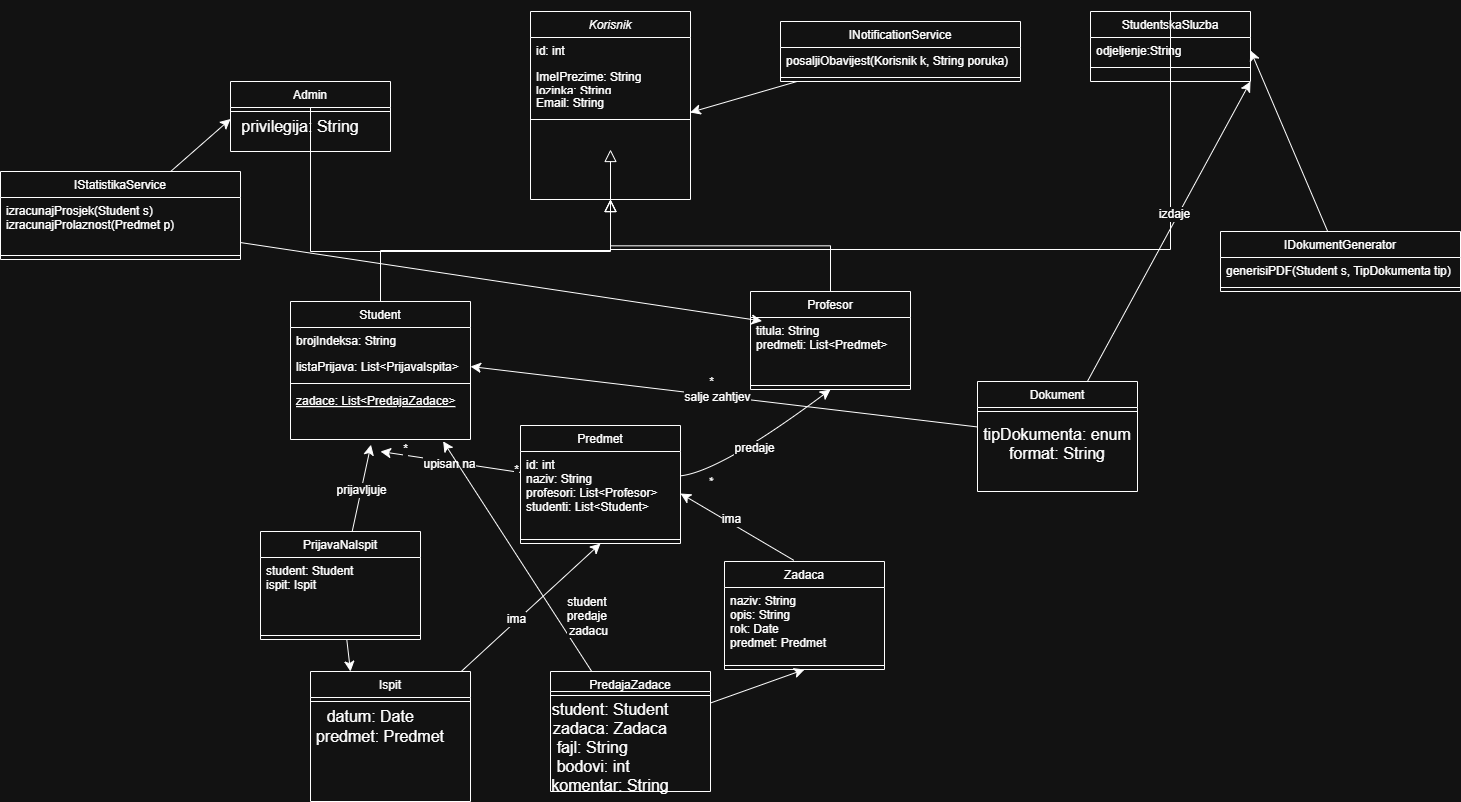
This is dijagramKlasa.png from ooad-2025-26/Grupa7-Tim4, a draw.io export, as it was before one commit. Source tidied: cells renumbered, new cells last; positions are measured from the earlier drawing's top-left corner, leaving out a move shared by most shapes.
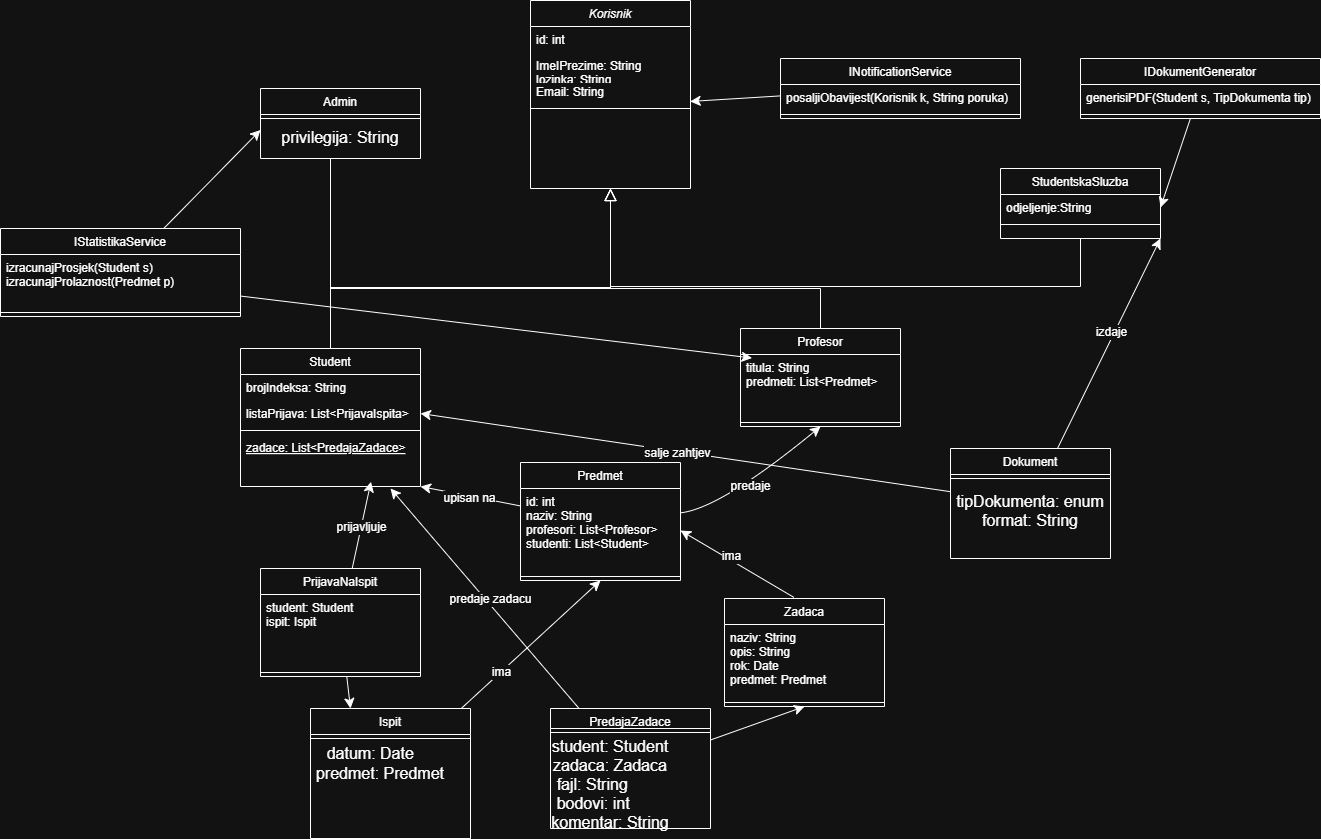
The same diagram one commit later.

Commit message:
popravljeno lose formatiranje dijagrama

The edit, as a diff of the source:
```diff
@@ -3,7 +3,7 @@
     <mxCell id="0" />
     <mxCell id="1" parent="0" />
     <mxCell id="2" value="Korisnik" style="swimlane;fontStyle=2;align=center;verticalAlign=top;horizontal=1;startSize=26;rounded=0;shadow=0;strokeWidth=1;" parent="1" vertex="1">
-      <mxGeometry x="530" width="160" height="188" as="geometry" />
+      <mxGeometry x="530" y="-48" width="160" height="188" as="geometry" />
     </mxCell>
     <mxCell id="3" value="id: int" style="text;align=left;verticalAlign=top;spacingLeft=4;spacingRight=4;overflow=hidden;" parent="2" vertex="1">
       <mxGeometry y="26" width="160" height="26" as="geometry" />
@@ -18,7 +18,7 @@
       <mxGeometry y="104" width="160" height="8" as="geometry" />
     </mxCell>
     <mxCell id="7" value="Student" style="swimlane;fontStyle=0;align=center;verticalAlign=top;horizontal=1;startSize=26;rounded=0;shadow=0;strokeWidth=1;" parent="1" vertex="1">
-      <mxGeometry x="290" y="290" width="180" height="138" as="geometry" />
+      <mxGeometry x="240" y="300" width="180" height="138" as="geometry" />
     </mxCell>
     <mxCell id="8" value="brojIndeksa: String" style="text;align=left;verticalAlign=top;spacingLeft=4;spacingRight=4;overflow=hidden;" parent="7" vertex="1">
       <mxGeometry y="26" width="180" height="26" as="geometry" />
@@ -40,7 +40,7 @@
       </mxGeometry>
     </mxCell>
     <mxCell id="13" value="Profesor" style="swimlane;fontStyle=0;align=center;verticalAlign=top;horizontal=1;startSize=26;rounded=0;shadow=0;strokeWidth=1;" parent="1" vertex="1">
-      <mxGeometry x="750" y="280" width="160" height="98" as="geometry" />
+      <mxGeometry x="740" y="280" width="160" height="98" as="geometry" />
     </mxCell>
     <mxCell id="14" value="titula: String&#10;predmeti: List&lt;Predmet&gt;" style="text;align=left;verticalAlign=top;spacingLeft=4;spacingRight=4;overflow=hidden;points=[[0,0.5],[1,0.5]];portConstraint=eastwest;" parent="13" vertex="1">
       <mxGeometry y="26" width="160" height="64" as="geometry" />
@@ -48,11 +48,16 @@
     <mxCell id="15" style="line;html=1;strokeWidth=1;align=left;verticalAlign=middle;spacingTop=-1;spacingLeft=3;spacingRight=3;labelPosition=right;" parent="13" vertex="1">
       <mxGeometry y="90" width="160" height="8" as="geometry" />
     </mxCell>
-    <mxCell id="16" style="endArrow=block;endSize=10;endFill=0;shadow=0;strokeWidth=1;rounded=0;curved=0;edgeStyle=elbowEdgeStyle;elbow=vertical;" parent="1" edge="1" source="13" target="2">
-      <mxGeometry relative="1" as="geometry" />
+    <mxCell id="16" style="endArrow=block;endSize=10;endFill=0;shadow=0;strokeWidth=1;rounded=0;curved=0;edgeStyle=elbowEdgeStyle;elbow=vertical;" parent="1" edge="1" source="13">
+      <mxGeometry relative="1" as="geometry">
+        <mxPoint x="610" y="140" as="targetPoint" />
+        <Array as="points">
+          <mxPoint x="730" y="240" />
+        </Array>
+      </mxGeometry>
     </mxCell>
     <mxCell id="17" value="StudentskaSluzba" style="swimlane;fontStyle=0;align=center;verticalAlign=top;horizontal=1;startSize=26;rounded=0;shadow=0;strokeWidth=1;" parent="1" vertex="1">
-      <mxGeometry x="1090" width="160" height="70" as="geometry" />
+      <mxGeometry x="1000" y="120" width="160" height="70" as="geometry" />
     </mxCell>
     <mxCell id="18" value="odjeljenje:String" style="text;align=left;verticalAlign=top;spacingLeft=4;spacingRight=4;overflow=hidden;points=[[0,0.5],[1,0.5]];portConstraint=eastwest;" parent="17" vertex="1">
       <mxGeometry y="26" width="160" height="26" as="geometry" />
@@ -60,28 +65,34 @@
     <mxCell id="19" style="line;html=1;strokeWidth=1;align=left;verticalAlign=middle;spacingTop=-1;spacingLeft=3;spacingRight=3;labelPosition=right;" parent="17" vertex="1">
       <mxGeometry y="52" width="160" height="8" as="geometry" />
     </mxCell>
-    <mxCell id="20" style="endArrow=block;endSize=10;endFill=0;shadow=0;strokeWidth=1;rounded=0;curved=0;edgeStyle=elbowEdgeStyle;elbow=vertical;exitX=0.5;exitY=0;exitDx=0;exitDy=0;" parent="1" edge="1" source="17">
+    <mxCell id="20" style="endArrow=block;endSize=10;endFill=0;shadow=0;strokeWidth=1;rounded=0;curved=0;edgeStyle=elbowEdgeStyle;elbow=vertical;" parent="1" edge="1">
       <mxGeometry relative="1" as="geometry">
-        <mxPoint x="610" y="188" as="targetPoint" />
+        <mxPoint x="1080" y="190" as="sourcePoint" />
+        <mxPoint x="610" y="140" as="targetPoint" />
         <Array as="points">
           <mxPoint x="820" y="238" />
         </Array>
       </mxGeometry>
     </mxCell>
-    <mxCell id="21" style="endArrow=block;endSize=10;endFill=0;shadow=0;strokeWidth=1;rounded=0;curved=0;edgeStyle=elbowEdgeStyle;elbow=vertical;exitX=0.5;exitY=0;exitDx=0;exitDy=0;" parent="1" edge="1" source="22">
+    <mxCell id="21" style="endArrow=block;endSize=10;endFill=0;shadow=0;strokeWidth=1;rounded=0;curved=0;edgeStyle=elbowEdgeStyle;elbow=vertical;" parent="1" edge="1">
       <mxGeometry relative="1" as="geometry">
-        <mxPoint x="610" y="138" as="targetPoint" />
+        <mxPoint x="330" y="110" as="sourcePoint" />
+        <mxPoint x="610" y="140" as="targetPoint" />
         <Array as="points">
-          <mxPoint x="490" y="240" />
+          <mxPoint x="470" y="240" />
+          <mxPoint x="490" y="280" />
         </Array>
       </mxGeometry>
     </mxCell>
     <mxCell id="22" value="Admin" style="swimlane;fontStyle=0;align=center;verticalAlign=top;horizontal=1;startSize=26;rounded=0;shadow=0;strokeWidth=1;" parent="1" vertex="1">
-      <mxGeometry x="230" y="70" width="160" height="70" as="geometry" />
+      <mxGeometry x="260" y="40" width="160" height="70" as="geometry" />
     </mxCell>
     <mxCell id="23" style="line;html=1;strokeWidth=1;align=left;verticalAlign=middle;spacingTop=-1;spacingLeft=3;spacingRight=3;labelPosition=right;" parent="22" vertex="1">
       <mxGeometry y="26" width="160" height="8" as="geometry" />
     </mxCell>
+    <mxCell id="64" value="privilegija: String" style="text;html=1;whiteSpace=wrap;strokeColor=none;fillColor=none;align=center;verticalAlign=middle;rounded=0;fontSize=16;" parent="22" vertex="1">
+      <mxGeometry y="34" width="160" height="30" as="geometry" />
+    </mxCell>
     <mxCell id="24" style="edgeStyle=none;curved=1;rounded=0;jettySize=auto;html=1;entryX=0.5;entryY=1;entryDx=0;entryDy=0;fontSize=12;startSize=8;endSize=8;" parent="1" edge="1" source="26" target="13">
       <mxGeometry relative="1" as="geometry">
         <Array as="points">
@@ -101,36 +112,18 @@
     <mxCell id="28" style="line;html=1;strokeWidth=1;align=left;verticalAlign=middle;spacingTop=-1;spacingLeft=3;spacingRight=3;labelPosition=right;" parent="26" vertex="1">
       <mxGeometry y="110" width="160" height="8" as="geometry" />
     </mxCell>
-    <mxCell id="29" style="edgeStyle=none;curved=1;rounded=0;jettySize=auto;html=1;entryX=0.5;entryY=1.462;entryDx=0;entryDy=0;entryPerimeter=0;fontSize=12;startSize=8;endSize=8;" parent="1" edge="1" source="26">
-      <mxGeometry relative="1" as="geometry">
-        <mxPoint x="380" y="440" as="targetPoint" />
-      </mxGeometry>
+    <mxCell id="29" style="edgeStyle=none;curved=1;rounded=0;jettySize=auto;html=1;entryX=1;entryY=1;entryDx=0;entryDy=0;fontSize=12;startSize=8;endSize=8;" parent="1" edge="1" source="26" target="7">
+      <mxGeometry relative="1" as="geometry" />
     </mxCell>
     <mxCell id="30" value="upisan na" style="edgeLabel;html=1;align=center;verticalAlign=middle;fontSize=12;" parent="29" vertex="1">
       <mxGeometry x="0.02" y="2" relative="1" as="geometry" />
     </mxCell>
-    <mxCell id="31" value="*" style="edgeLabel;html=1;align=center;verticalAlign=middle;fontSize=12;" parent="29" vertex="1">
-      <mxGeometry x="0.76" relative="1" as="geometry">
-        <mxPoint x="7" y="-5" as="offset" />
-      </mxGeometry>
-    </mxCell>
-    <mxCell id="32" value="*" style="edgeLabel;html=1;align=center;verticalAlign=middle;fontSize=12;" parent="29" vertex="1">
-      <mxGeometry x="-0.71" relative="1" as="geometry">
-        <mxPoint x="15" as="offset" />
-      </mxGeometry>
-    </mxCell>
-    <mxCell id="33" value="*" style="edgeLabel;html=1;align=center;verticalAlign=middle;fontSize=12;" parent="1" vertex="1">
-      <mxGeometry x="710" y="370" as="geometry" />
-    </mxCell>
-    <mxCell id="34" value="*" style="edgeLabel;html=1;align=center;verticalAlign=middle;fontSize=12;rotation=15;" parent="1" vertex="1">
-      <mxGeometry x="710" y="470" as="geometry" />
-    </mxCell>
     <mxCell id="35" style="edgeStyle=none;curved=1;rounded=0;jettySize=auto;html=1;entryX=0.5;entryY=1;entryDx=0;entryDy=0;fontSize=12;startSize=8;endSize=8;" parent="1" edge="1" source="37" target="26">
       <mxGeometry relative="1" as="geometry" />
     </mxCell>
     <mxCell id="36" value="ima" style="edgeLabel;html=1;align=center;verticalAlign=middle;fontSize=12;" parent="35" vertex="1">
       <mxGeometry x="-0.21" y="1" relative="1" as="geometry">
-        <mxPoint y="-1" as="offset" />
+        <mxPoint x="-15" y="15" as="offset" />
       </mxGeometry>
     </mxCell>
     <mxCell id="37" value="Ispit" style="swimlane;fontStyle=0;align=center;verticalAlign=top;horizontal=1;startSize=26;rounded=0;shadow=0;strokeWidth=1;" parent="1" vertex="1">
@@ -191,14 +184,14 @@
     <mxCell id="54" style="line;html=1;strokeWidth=1;align=left;verticalAlign=middle;spacingTop=-1;spacingLeft=3;spacingRight=3;labelPosition=right;" parent="53" vertex="1">
       <mxGeometry y="20" width="160" height="8" as="geometry" />
     </mxCell>
-    <mxCell id="55" style="edgeStyle=none;curved=1;rounded=0;jettySize=auto;html=1;entryX=0.848;entryY=1.07;entryDx=0;entryDy=0;entryPerimeter=0;fontSize=12;startSize=8;endSize=8;" parent="1" edge="1" source="53">
+    <mxCell id="55" style="edgeStyle=none;curved=1;rounded=0;jettySize=auto;html=1;fontSize=12;startSize=8;endSize=8;" parent="1" edge="1" source="53">
       <mxGeometry relative="1" as="geometry">
-        <mxPoint x="442.6" y="429.8" as="targetPoint" />
+        <mxPoint x="390" y="440" as="targetPoint" />
       </mxGeometry>
     </mxCell>
-    <mxCell id="56" value="student&amp;nbsp;&lt;div&gt;predaje&amp;nbsp;&lt;/div&gt;&lt;div&gt;zadacu&lt;/div&gt;" style="edgeLabel;html=1;align=center;verticalAlign=middle;fontSize=12;" parent="55" vertex="1">
+    <mxCell id="56" value="predaje zadacu" style="edgeLabel;html=1;align=center;verticalAlign=middle;fontSize=12;" parent="55" vertex="1">
       <mxGeometry x="0.39" relative="1" as="geometry">
-        <mxPoint x="99" y="105" as="offset" />
+        <mxPoint x="42" y="43" as="offset" />
       </mxGeometry>
     </mxCell>
     <mxCell id="57" style="edgeStyle=none;curved=1;rounded=0;jettySize=auto;html=1;entryX=1;entryY=1;entryDx=0;entryDy=0;fontSize=12;startSize=8;endSize=8;" parent="1" edge="1" source="61" target="17">
@@ -216,7 +209,7 @@
       <mxGeometry x="0.03" y="1" relative="1" as="geometry" />
     </mxCell>
     <mxCell id="61" value="Dokument" style="swimlane;fontStyle=0;align=center;verticalAlign=top;horizontal=1;startSize=26;rounded=0;shadow=0;strokeWidth=1;" parent="1" vertex="1">
-      <mxGeometry x="977" y="370" width="160" height="110" as="geometry" />
+      <mxGeometry x="950" y="400" width="160" height="110" as="geometry" />
     </mxCell>
     <mxCell id="62" style="line;html=1;strokeWidth=1;align=left;verticalAlign=middle;spacingTop=-1;spacingLeft=3;spacingRight=3;labelPosition=right;" parent="61" vertex="1">
       <mxGeometry y="26" width="160" height="8" as="geometry" />
@@ -224,9 +217,6 @@
     <mxCell id="63" value="&lt;div&gt;&lt;span style=&quot;background-color: transparent; color: light-dark(rgb(0, 0, 0), rgb(255, 255, 255));&quot;&gt;tipDokumenta: enum&lt;/span&gt;&lt;/div&gt;&lt;div&gt;format: String&lt;/div&gt;&lt;div&gt;&lt;span style=&quot;background-color: transparent; color: light-dark(rgb(0, 0, 0), rgb(255, 255, 255));&quot;&gt;&lt;br&gt;&lt;/span&gt;&lt;/div&gt;" style="text;html=1;whiteSpace=wrap;strokeColor=none;fillColor=none;align=center;verticalAlign=middle;rounded=0;fontSize=16;" parent="61" vertex="1">
       <mxGeometry y="34" width="160" height="76" as="geometry" />
     </mxCell>
-    <mxCell id="64" value="privilegija: String" style="text;html=1;whiteSpace=wrap;strokeColor=none;fillColor=none;align=center;verticalAlign=middle;rounded=0;fontSize=16;" parent="1" vertex="1">
-      <mxGeometry x="230" y="100" width="140" height="30" as="geometry" />
-    </mxCell>
     <mxCell id="65" value="datum: Date&lt;span style=&quot;white-space: pre;&quot;&gt;&#9;&lt;/span&gt;&lt;div&gt;predmet: Predmet&lt;/div&gt;" style="text;html=1;whiteSpace=wrap;strokeColor=none;fillColor=none;align=center;verticalAlign=middle;rounded=0;fontSize=16;" parent="1" vertex="1">
       <mxGeometry x="310" y="690" width="140" height="50" as="geometry" />
     </mxCell>
@@ -252,7 +242,7 @@
       <mxGeometry relative="1" as="geometry" />
     </mxCell>
     <mxCell id="73" value="IStatistikaService" style="swimlane;fontStyle=0;align=center;verticalAlign=top;horizontal=1;startSize=26;rounded=0;shadow=0;strokeWidth=1;" parent="1" vertex="1">
-      <mxGeometry y="160" width="240" height="88" as="geometry" />
+      <mxGeometry y="180" width="240" height="88" as="geometry" />
     </mxCell>
     <mxCell id="74" value="izracunajProsjek(Student s)&#10;izracunajProlaznost(Predmet p)" style="text;align=left;verticalAlign=top;spacingLeft=4;spacingRight=4;overflow=hidden;points=[[0,0.5],[1,0.5]];portConstraint=eastwest;" parent="73" vertex="1">
       <mxGeometry y="26" width="240" height="54" as="geometry" />
@@ -264,7 +254,7 @@
       <mxGeometry relative="1" as="geometry" />
     </mxCell>
     <mxCell id="77" value="IDokumentGenerator" style="swimlane;fontStyle=0;align=center;verticalAlign=top;horizontal=1;startSize=26;rounded=0;shadow=0;strokeWidth=1;" parent="1" vertex="1">
-      <mxGeometry x="1220" y="220" width="240" height="60" as="geometry" />
+      <mxGeometry x="1080" y="10" width="240" height="60" as="geometry" />
     </mxCell>
     <mxCell id="78" value="generisiPDF(Student s, TipDokumenta tip)" style="text;align=left;verticalAlign=top;spacingLeft=4;spacingRight=4;overflow=hidden;" parent="77" vertex="1">
       <mxGeometry y="26" width="240" height="26" as="geometry" />
```
